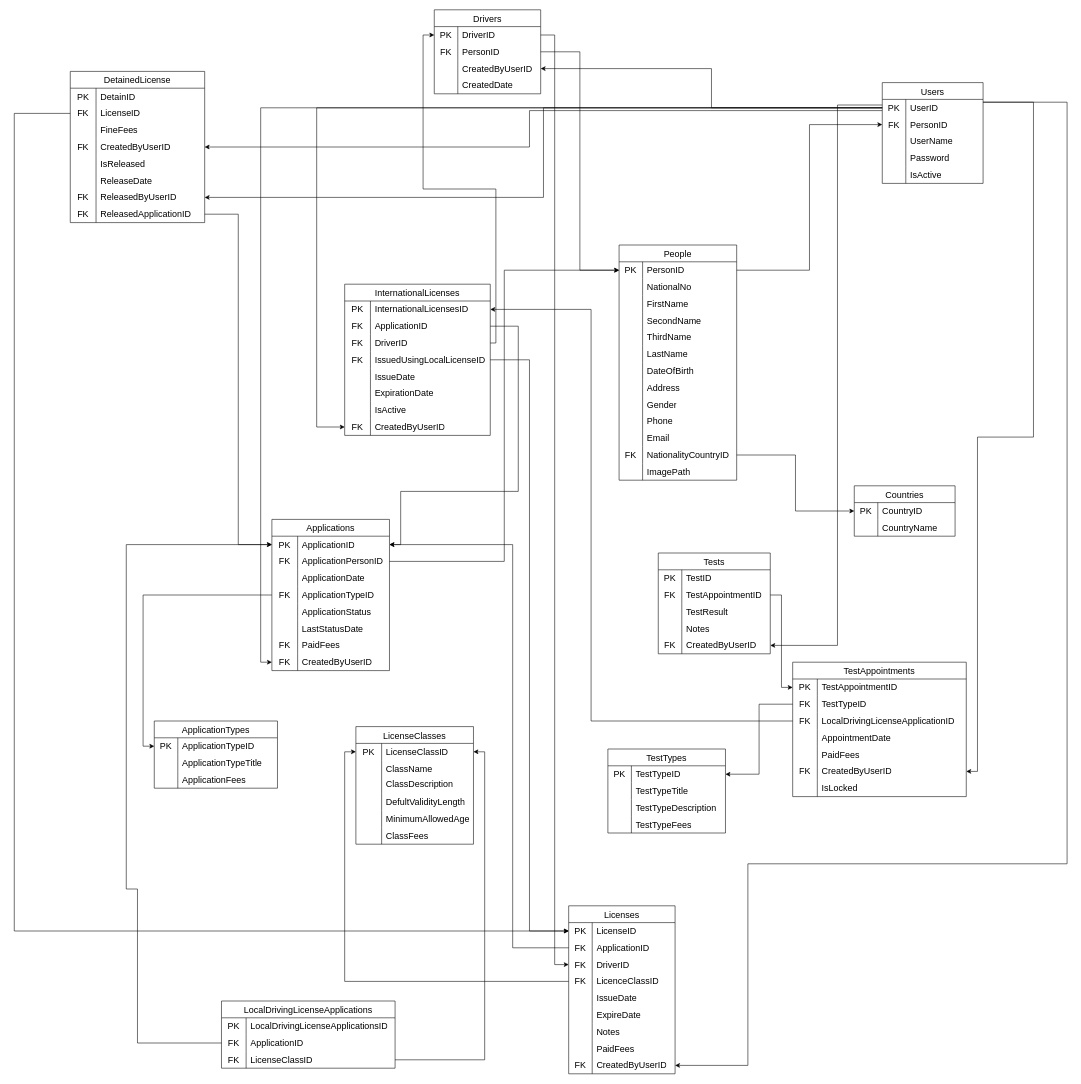
Before: Untitled Diagram.drawio in aminjaiuossi/Driving-Vehicle-License-Department, a draw.io diagram. Source tidied: cells renumbered, new cells numbered last; positions are measured from the earlier drawing's top-left corner, leaving out a move shared by most shapes. Both pictures are drawn from the tidied source at 56%, with x=0, y=0 at pixel (14, 10).
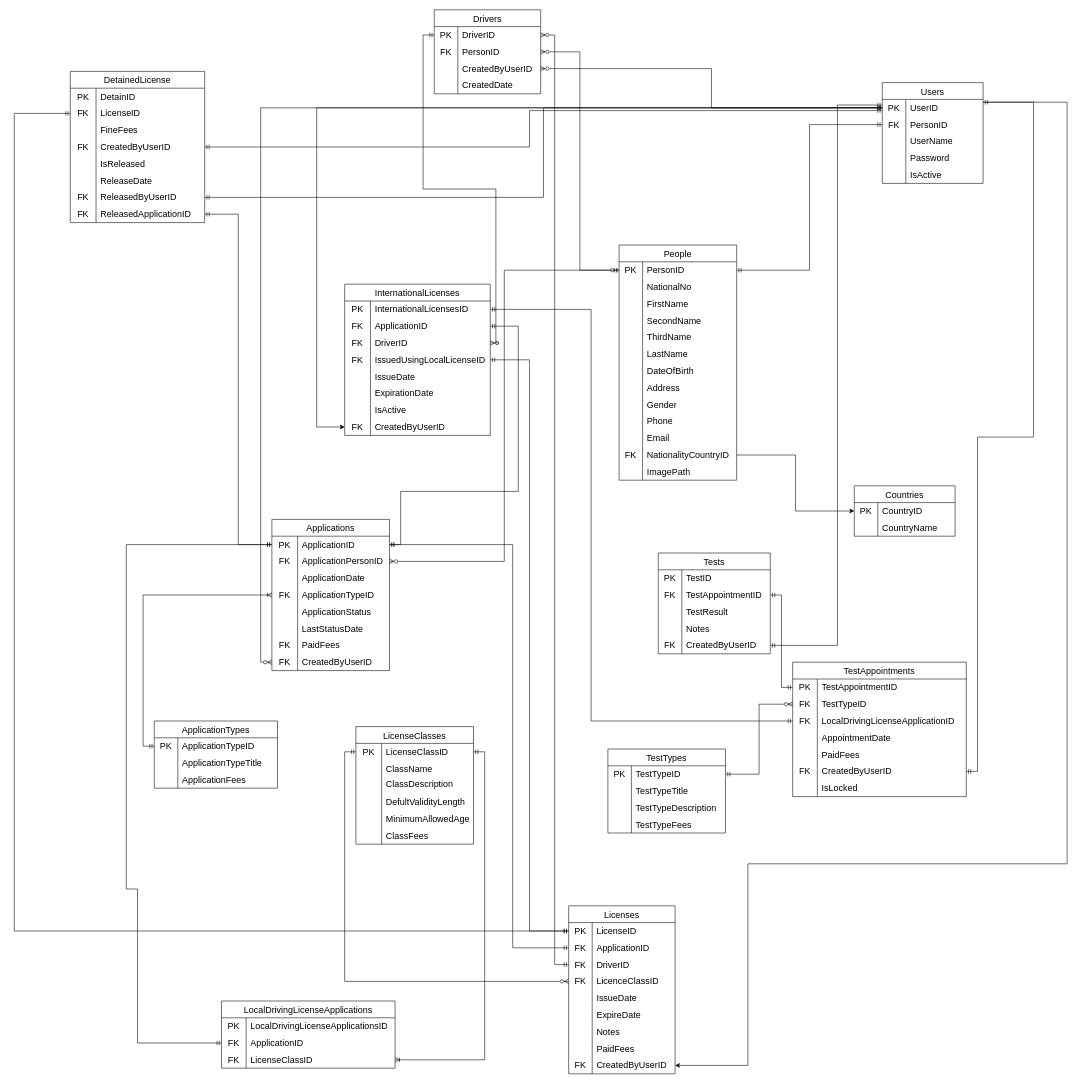
The same diagram, later.

The change refers to these unchanged cells:
```xml
<mxCell id="6" style="shape=tableRow;horizontal=0;startSize=0;swimlaneHead=0;swimlaneBody=0;top=0;left=0;bottom=0;right=0;fillColor=none;points=[[0,0.5],[1,0.5]];portConstraint=eastwest;strokeColor=inherit;fontSize=16;" parent="2" vertex="1">
<mxCell id="9" style="shape=tableRow;horizontal=0;startSize=0;swimlaneHead=0;swimlaneBody=0;top=0;left=0;bottom=0;right=0;fillColor=none;points=[[0,0.5],[1,0.5]];portConstraint=eastwest;strokeColor=inherit;fontSize=16;" parent="2" vertex="1">
<mxCell id="13" style="shape=tableRow;horizontal=0;startSize=0;swimlaneHead=0;swimlaneBody=0;top=0;left=0;bottom=0;right=0;fillColor=none;points=[[0,0.5],[1,0.5]];portConstraint=eastwest;strokeColor=inherit;fontSize=16;" parent="12" vertex="1">
<mxCell id="53" style="shape=tableRow;horizontal=0;startSize=0;swimlaneHead=0;swimlaneBody=0;top=0;left=0;bottom=0;right=0;fillColor=none;points=[[0,0.5],[1,0.5]];portConstraint=eastwest;strokeColor=inherit;fontSize=16;" parent="52" vertex="1">
<mxCell id="75" style="shape=tableRow;horizontal=0;startSize=0;swimlaneHead=0;swimlaneBody=0;top=0;left=0;bottom=0;right=0;fillColor=none;points=[[0,0.5],[1,0.5]];portConstraint=eastwest;strokeColor=inherit;fontSize=16;" parent="71" vertex="1">
<mxCell id="84" style="shape=tableRow;horizontal=0;startSize=0;swimlaneHead=0;swimlaneBody=0;top=0;left=0;bottom=0;right=0;fillColor=none;points=[[0,0.5],[1,0.5]];portConstraint=eastwest;strokeColor=inherit;fontSize=16;" parent="71" vertex="1">
<mxCell id="88" style="shape=tableRow;horizontal=0;startSize=0;swimlaneHead=0;swimlaneBody=0;top=0;left=0;bottom=0;right=0;fillColor=none;points=[[0,0.5],[1,0.5]];portConstraint=eastwest;strokeColor=inherit;fontSize=16;" parent="87" vertex="1">
<mxCell id="91" style="shape=tableRow;horizontal=0;startSize=0;swimlaneHead=0;swimlaneBody=0;top=0;left=0;bottom=0;right=0;fillColor=none;points=[[0,0.5],[1,0.5]];portConstraint=eastwest;strokeColor=inherit;fontSize=16;" parent="87" vertex="1">
<mxCell id="94" style="shape=tableRow;horizontal=0;startSize=0;swimlaneHead=0;swimlaneBody=0;top=0;left=0;bottom=0;right=0;fillColor=none;points=[[0,0.5],[1,0.5]];portConstraint=eastwest;strokeColor=inherit;fontSize=16;" parent="87" vertex="1">
<mxCell id="97" style="shape=tableRow;horizontal=0;startSize=0;swimlaneHead=0;swimlaneBody=0;top=0;left=0;bottom=0;right=0;fillColor=none;points=[[0,0.5],[1,0.5]];portConstraint=eastwest;strokeColor=inherit;fontSize=16;" parent="87" vertex="1">
<mxCell id="116" style="shape=tableRow;horizontal=0;startSize=0;swimlaneHead=0;swimlaneBody=0;top=0;left=0;bottom=0;right=0;fillColor=none;points=[[0,0.5],[1,0.5]];portConstraint=eastwest;strokeColor=inherit;fontSize=16;" parent="115" vertex="1">
<mxCell id="129" style="shape=tableRow;horizontal=0;startSize=0;swimlaneHead=0;swimlaneBody=0;top=0;left=0;bottom=0;right=0;fillColor=none;points=[[0,0.5],[1,0.5]];portConstraint=eastwest;strokeColor=inherit;fontSize=16;" parent="128" vertex="1">
<mxCell id="132" style="shape=tableRow;horizontal=0;startSize=0;swimlaneHead=0;swimlaneBody=0;top=0;left=0;bottom=0;right=0;fillColor=none;points=[[0,0.5],[1,0.5]];portConstraint=eastwest;strokeColor=inherit;fontSize=16;" parent="128" vertex="1">
<mxCell id="152" style="shape=tableRow;horizontal=0;startSize=0;swimlaneHead=0;swimlaneBody=0;top=0;left=0;bottom=0;right=0;fillColor=none;points=[[0,0.5],[1,0.5]];portConstraint=eastwest;strokeColor=inherit;fontSize=16;" parent="151" vertex="1">
<mxCell id="155" style="shape=tableRow;horizontal=0;startSize=0;swimlaneHead=0;swimlaneBody=0;top=0;left=0;bottom=0;right=0;fillColor=none;points=[[0,0.5],[1,0.5]];portConstraint=eastwest;strokeColor=inherit;fontSize=16;" parent="151" vertex="1">
<mxCell id="158" style="shape=tableRow;horizontal=0;startSize=0;swimlaneHead=0;swimlaneBody=0;top=0;left=0;bottom=0;right=0;fillColor=none;points=[[0,0.5],[1,0.5]];portConstraint=eastwest;strokeColor=inherit;fontSize=16;" parent="151" vertex="1">
<mxCell id="167" style="shape=tableRow;horizontal=0;startSize=0;swimlaneHead=0;swimlaneBody=0;top=0;left=0;bottom=0;right=0;fillColor=none;points=[[0,0.5],[1,0.5]];portConstraint=eastwest;strokeColor=inherit;fontSize=16;" parent="151" vertex="1">
<mxCell id="174" style="shape=tableRow;horizontal=0;startSize=0;swimlaneHead=0;swimlaneBody=0;top=0;left=0;bottom=0;right=0;fillColor=none;points=[[0,0.5],[1,0.5]];portConstraint=eastwest;strokeColor=inherit;fontSize=16;" parent="173" vertex="1">
<mxCell id="177" style="shape=tableRow;horizontal=0;startSize=0;swimlaneHead=0;swimlaneBody=0;top=0;left=0;bottom=0;right=0;fillColor=none;points=[[0,0.5],[1,0.5]];portConstraint=eastwest;strokeColor=inherit;fontSize=16;" parent="173" vertex="1">
<mxCell id="180" style="shape=tableRow;horizontal=0;startSize=0;swimlaneHead=0;swimlaneBody=0;top=0;left=0;bottom=0;right=0;fillColor=none;points=[[0,0.5],[1,0.5]];portConstraint=eastwest;strokeColor=inherit;fontSize=16;" parent="173" vertex="1">
<mxCell id="187" style="shape=tableRow;horizontal=0;startSize=0;swimlaneHead=0;swimlaneBody=0;top=0;left=0;bottom=0;right=0;fillColor=none;points=[[0,0.5],[1,0.5]];portConstraint=eastwest;strokeColor=inherit;fontSize=16;" parent="186" vertex="1">
<mxCell id="190" style="shape=tableRow;horizontal=0;startSize=0;swimlaneHead=0;swimlaneBody=0;top=0;left=0;bottom=0;right=0;fillColor=none;points=[[0,0.5],[1,0.5]];portConstraint=eastwest;strokeColor=inherit;fontSize=16;" parent="186" vertex="1">
<mxCell id="193" style="shape=tableRow;horizontal=0;startSize=0;swimlaneHead=0;swimlaneBody=0;top=0;left=0;bottom=0;right=0;fillColor=none;points=[[0,0.5],[1,0.5]];portConstraint=eastwest;strokeColor=inherit;fontSize=16;" parent="186" vertex="1">
<mxCell id="196" style="shape=tableRow;horizontal=0;startSize=0;swimlaneHead=0;swimlaneBody=0;top=0;left=0;bottom=0;right=0;fillColor=none;points=[[0,0.5],[1,0.5]];portConstraint=eastwest;strokeColor=inherit;fontSize=16;" parent="186" vertex="1">
<mxCell id="212" style="shape=tableRow;horizontal=0;startSize=0;swimlaneHead=0;swimlaneBody=0;top=0;left=0;bottom=0;right=0;fillColor=none;points=[[0,0.5],[1,0.5]];portConstraint=eastwest;strokeColor=inherit;fontSize=16;" parent="211" vertex="1">
<mxCell id="215" style="shape=tableRow;horizontal=0;startSize=0;swimlaneHead=0;swimlaneBody=0;top=0;left=0;bottom=0;right=0;fillColor=none;points=[[0,0.5],[1,0.5]];portConstraint=eastwest;strokeColor=inherit;fontSize=16;" parent="211" vertex="1">
<mxCell id="221" style="shape=tableRow;horizontal=0;startSize=0;swimlaneHead=0;swimlaneBody=0;top=0;left=0;bottom=0;right=0;fillColor=none;points=[[0,0.5],[1,0.5]];portConstraint=eastwest;strokeColor=inherit;fontSize=16;" parent="211" vertex="1">
<mxCell id="233" style="shape=tableRow;horizontal=0;startSize=0;swimlaneHead=0;swimlaneBody=0;top=0;left=0;bottom=0;right=0;fillColor=none;points=[[0,0.5],[1,0.5]];portConstraint=eastwest;strokeColor=inherit;fontSize=16;" parent="211" vertex="1">
<mxCell id="237" style="shape=tableRow;horizontal=0;startSize=0;swimlaneHead=0;swimlaneBody=0;top=0;left=0;bottom=0;right=0;fillColor=none;points=[[0,0.5],[1,0.5]];portConstraint=eastwest;strokeColor=inherit;fontSize=16;" parent="236" vertex="1">
<mxCell id="250" style="shape=tableRow;horizontal=0;startSize=0;swimlaneHead=0;swimlaneBody=0;top=0;left=0;bottom=0;right=0;fillColor=none;points=[[0,0.5],[1,0.5]];portConstraint=eastwest;strokeColor=inherit;fontSize=16;" parent="246" vertex="1">
<mxCell id="256" style="shape=tableRow;horizontal=0;startSize=0;swimlaneHead=0;swimlaneBody=0;top=0;left=0;bottom=0;right=0;fillColor=none;points=[[0,0.5],[1,0.5]];portConstraint=eastwest;strokeColor=inherit;fontSize=16;" parent="246" vertex="1">
<mxCell id="265" style="shape=tableRow;horizontal=0;startSize=0;swimlaneHead=0;swimlaneBody=0;top=0;left=0;bottom=0;right=0;fillColor=none;points=[[0,0.5],[1,0.5]];portConstraint=eastwest;strokeColor=inherit;fontSize=16;" parent="246" vertex="1">
<mxCell id="268" style="shape=tableRow;horizontal=0;startSize=0;swimlaneHead=0;swimlaneBody=0;top=0;left=0;bottom=0;right=0;fillColor=none;points=[[0,0.5],[1,0.5]];portConstraint=eastwest;strokeColor=inherit;fontSize=16;" parent="246" vertex="1">
```

What changed in the source:
```diff
@@
-    <mxCell id="271" style="edgeStyle=orthogonalEdgeStyle;rounded=0;jettySize=auto;html=1;" parent="1" edge="1" source="13" target="132">
+    <mxCell id="271" style="edgeStyle=orthogonalEdgeStyle;rounded=0;jettySize=auto;html=1;startArrow=ERmandOne;startFill=0;endArrow=ERmandOne;endFill=0;" parent="1" edge="1" source="13" target="132">
       <mxGeometry relative="1" as="geometry" />
     </mxCell>
-    <mxCell id="272" style="edgeStyle=orthogonalEdgeStyle;rounded=0;jettySize=auto;html=1;entryX=1;entryY=0.5;entryDx=0;entryDy=0;" parent="1" edge="1" source="129" target="256">
+    <mxCell id="272" style="edgeStyle=orthogonalEdgeStyle;rounded=0;jettySize=auto;html=1;entryX=1;entryY=0.5;entryDx=0;entryDy=0;startArrow=ERmandOne;startFill=0;endArrow=ERmandOne;endFill=0;" parent="1" edge="1" source="129" target="256">
       <mxGeometry relative="1" as="geometry">
         <Array as="points">
           <mxPoint x="920" y="180" />
           <mxPoint x="920" y="245" />
         </Array>
       </mxGeometry>
     </mxCell>
-    <mxCell id="273" style="edgeStyle=orthogonalEdgeStyle;rounded=0;jettySize=auto;html=1;entryX=1;entryY=0.5;entryDx=0;entryDy=0;" parent="1" edge="1" source="129" target="84">
+    <mxCell id="273" style="edgeStyle=orthogonalEdgeStyle;rounded=0;jettySize=auto;html=1;entryX=1;entryY=0.5;entryDx=0;entryDy=0;startArrow=ERmandOne;startFill=0;endArrow=ERmandOne;endFill=0;" parent="1" edge="1" source="129" target="84">
       <mxGeometry relative="1" as="geometry">
         <Array as="points">
           <mxPoint x="1470" y="170" />
           <mxPoint x="1470" y="1135" />
         </Array>
       </mxGeometry>
     </mxCell>
-    <mxCell id="274" style="edgeStyle=orthogonalEdgeStyle;rounded=0;jettySize=auto;html=1;entryX=1;entryY=0.5;entryDx=0;entryDy=0;" parent="1" edge="1" source="129" target="167">
+    <mxCell id="274" style="edgeStyle=orthogonalEdgeStyle;rounded=0;jettySize=auto;html=1;entryX=1;entryY=0.5;entryDx=0;entryDy=0;startArrow=ERmandOne;startFill=0;endArrow=ERmandOne;endFill=0;" parent="1" edge="1" source="129" target="167">
       <mxGeometry relative="1" as="geometry">
         <Array as="points">
           <mxPoint x="1820" y="165" />
           <mxPoint x="1820" y="763" />
           <mxPoint x="1720" y="763" />
           <mxPoint x="1720" y="1360" />
         </Array>
       </mxGeometry>
     </mxCell>
@@
-    <mxCell id="276" style="edgeStyle=orthogonalEdgeStyle;rounded=0;jettySize=auto;html=1;entryX=0;entryY=0.5;entryDx=0;entryDy=0;" parent="1" edge="1" source="129" target="233">
+    <mxCell id="276" style="edgeStyle=orthogonalEdgeStyle;rounded=0;jettySize=auto;html=1;entryX=0;entryY=0.5;entryDx=0;entryDy=0;startArrow=ERmandOne;startFill=0;endArrow=ERzeroToMany;endFill=0;" parent="1" edge="1" source="129" target="233">
       <mxGeometry relative="1" as="geometry">
         <Array as="points">
           <mxPoint x="440" y="175" />
           <mxPoint x="440" y="1165" />
         </Array>
       </mxGeometry>
     </mxCell>
@@
-    <mxCell id="278" style="edgeStyle=orthogonalEdgeStyle;rounded=0;jettySize=auto;html=1;entryX=1;entryY=0.5;entryDx=0;entryDy=0;" parent="1" edge="1" source="129" target="180">
+    <mxCell id="278" style="edgeStyle=orthogonalEdgeStyle;rounded=0;jettySize=auto;html=1;entryX=1;entryY=0.5;entryDx=0;entryDy=0;startArrow=ERmandOne;startFill=0;endArrow=ERzeroToMany;endFill=0;" parent="1" edge="1" source="129" target="180">
       <mxGeometry relative="1" as="geometry" />
     </mxCell>
-    <mxCell id="279" style="edgeStyle=orthogonalEdgeStyle;rounded=0;jettySize=auto;html=1;entryX=1;entryY=0.5;entryDx=0;entryDy=0;" parent="1" edge="1" source="129" target="265">
+    <mxCell id="279" style="edgeStyle=orthogonalEdgeStyle;rounded=0;jettySize=auto;html=1;entryX=1;entryY=0.5;entryDx=0;entryDy=0;startArrow=ERmandOne;startFill=0;endArrow=ERmandOne;endFill=0;" parent="1" edge="1" source="129" target="265">
       <mxGeometry relative="1" as="geometry" />
     </mxCell>
-    <mxCell id="280" style="edgeStyle=orthogonalEdgeStyle;rounded=0;jettySize=auto;html=1;entryX=0;entryY=0.5;entryDx=0;entryDy=0;" parent="1" edge="1" source="221" target="237">
+    <mxCell id="280" style="edgeStyle=orthogonalEdgeStyle;rounded=0;jettySize=auto;html=1;entryX=0;entryY=0.5;entryDx=0;entryDy=0;startArrow=ERoneToMany;startFill=0;endArrow=ERmandOne;endFill=0;" parent="1" edge="1" source="221" target="237">
       <mxGeometry relative="1" as="geometry" />
     </mxCell>
-    <mxCell id="281" style="edgeStyle=orthogonalEdgeStyle;rounded=0;jettySize=auto;html=1;entryX=0;entryY=0.5;entryDx=0;entryDy=0;" parent="1" edge="1" source="177" target="13">
+    <mxCell id="281" style="edgeStyle=orthogonalEdgeStyle;rounded=0;jettySize=auto;html=1;entryX=0;entryY=0.5;entryDx=0;entryDy=0;startArrow=ERzeroToMany;startFill=0;endArrow=ERmandOne;endFill=0;" parent="1" edge="1" source="177" target="13">
       <mxGeometry relative="1" as="geometry" />
     </mxCell>
-    <mxCell id="282" style="edgeStyle=orthogonalEdgeStyle;rounded=0;jettySize=auto;html=1;entryX=0;entryY=0.5;entryDx=0;entryDy=0;" parent="1" edge="1" source="215" target="13">
+    <mxCell id="282" style="edgeStyle=orthogonalEdgeStyle;rounded=0;jettySize=auto;html=1;entryX=0;entryY=0.5;entryDx=0;entryDy=0;startArrow=ERzeroToMany;startFill=0;endArrow=ERzeroToOne;endFill=0;" parent="1" edge="1" source="215" target="13">
       <mxGeometry relative="1" as="geometry" />
     </mxCell>
@@
-    <mxCell id="284" style="edgeStyle=orthogonalEdgeStyle;rounded=0;jettySize=auto;html=1;entryX=0;entryY=0.5;entryDx=0;entryDy=0;" parent="1" edge="1" source="268" target="212">
+    <mxCell id="284" style="edgeStyle=orthogonalEdgeStyle;rounded=0;jettySize=auto;html=1;entryX=0;entryY=0.5;entryDx=0;entryDy=0;startArrow=ERmandOne;startFill=0;endArrow=ERmandOne;endFill=0;" parent="1" edge="1" source="268" target="212">
       <mxGeometry relative="1" as="geometry" />
     </mxCell>
-    <mxCell id="285" style="edgeStyle=orthogonalEdgeStyle;rounded=0;jettySize=auto;html=1;entryX=0;entryY=0.5;entryDx=0;entryDy=0;" parent="1" edge="1" source="250" target="88">
+    <mxCell id="285" style="edgeStyle=orthogonalEdgeStyle;rounded=0;jettySize=auto;html=1;entryX=0;entryY=0.5;entryDx=0;entryDy=0;startArrow=ERmandOne;startFill=0;endArrow=ERmandOne;endFill=0;" parent="1" edge="1" source="250" target="88">
       <mxGeometry relative="1" as="geometry">
         <Array as="points">
           <mxPoint y="185" />
           <mxPoint y="1645" />
         </Array>
       </mxGeometry>
     </mxCell>
-    <mxCell id="286" style="edgeStyle=orthogonalEdgeStyle;rounded=0;jettySize=auto;html=1;entryX=0;entryY=0.5;entryDx=0;entryDy=0;" parent="1" edge="1" source="97" target="53">
+    <mxCell id="286" style="edgeStyle=orthogonalEdgeStyle;rounded=0;jettySize=auto;html=1;entryX=0;entryY=0.5;entryDx=0;entryDy=0;startArrow=ERzeroToMany;startFill=0;endArrow=ERmandOne;endFill=0;" parent="1" edge="1" source="97" target="53">
       <mxGeometry relative="1" as="geometry" />
     </mxCell>
-    <mxCell id="287" style="edgeStyle=orthogonalEdgeStyle;rounded=0;jettySize=auto;html=1;entryX=1;entryY=0.5;entryDx=0;entryDy=0;" parent="1" edge="1" source="91" target="212">
+    <mxCell id="287" style="edgeStyle=orthogonalEdgeStyle;rounded=0;jettySize=auto;html=1;entryX=1;entryY=0.5;entryDx=0;entryDy=0;startArrow=ERmandOne;startFill=0;endArrow=ERmandOne;endFill=0;" parent="1" edge="1" source="91" target="212">
       <mxGeometry relative="1" as="geometry">
         <Array as="points">
           <mxPoint x="890" y="1675" />
           <mxPoint x="890" y="955" />
         </Array>
       </mxGeometry>
     </mxCell>
-    <mxCell id="288" style="edgeStyle=orthogonalEdgeStyle;rounded=0;jettySize=auto;html=1;entryX=0;entryY=0.5;entryDx=0;entryDy=0;" parent="1" edge="1" source="174" target="94">
+    <mxCell id="288" style="edgeStyle=orthogonalEdgeStyle;rounded=0;jettySize=auto;html=1;entryX=0;entryY=0.5;entryDx=0;entryDy=0;startArrow=ERzeroToMany;startFill=0;endArrow=ERmandOne;endFill=0;" parent="1" edge="1" source="174" target="94">
       <mxGeometry relative="1" as="geometry" />
     </mxCell>
-    <mxCell id="289" style="edgeStyle=orthogonalEdgeStyle;rounded=0;jettySize=auto;html=1;entryX=1;entryY=0.5;entryDx=0;entryDy=0;" parent="1" edge="1" source="155" target="116">
+    <mxCell id="289" style="edgeStyle=orthogonalEdgeStyle;rounded=0;jettySize=auto;html=1;entryX=1;entryY=0.5;entryDx=0;entryDy=0;startArrow=ERzeroToMany;startFill=0;endArrow=ERmandOne;endFill=0;" parent="1" edge="1" source="155" target="116">
       <mxGeometry relative="1" as="geometry" />
     </mxCell>
-    <mxCell id="290" style="edgeStyle=orthogonalEdgeStyle;rounded=0;jettySize=auto;html=1;entryX=1;entryY=0.5;entryDx=0;entryDy=0;" parent="1" edge="1" source="158" target="187">
+    <mxCell id="290" style="edgeStyle=orthogonalEdgeStyle;rounded=0;jettySize=auto;html=1;entryX=1;entryY=0.5;entryDx=0;entryDy=0;startArrow=ERmandOne;startFill=0;endArrow=ERmandOne;endFill=0;" parent="1" edge="1" source="158" target="187">
       <mxGeometry relative="1" as="geometry">
         <Array as="points">
           <mxPoint x="1030" y="1270" />
           <mxPoint x="1030" y="535" />
         </Array>
       </mxGeometry>
     </mxCell>
-    <mxCell id="291" style="edgeStyle=orthogonalEdgeStyle;rounded=0;jettySize=auto;html=1;entryX=0;entryY=0.5;entryDx=0;entryDy=0;" parent="1" edge="1" source="75" target="152">
+    <mxCell id="291" style="edgeStyle=orthogonalEdgeStyle;rounded=0;jettySize=auto;html=1;entryX=0;entryY=0.5;entryDx=0;entryDy=0;startArrow=ERmandOne;startFill=0;endArrow=ERmandOne;endFill=0;" parent="1" edge="1" source="75" target="152">
       <mxGeometry relative="1" as="geometry" />
     </mxCell>
-    <mxCell id="292" style="edgeStyle=orthogonalEdgeStyle;rounded=0;jettySize=auto;html=1;entryX=1;entryY=0.5;entryDx=0;entryDy=0;" parent="1" edge="1" source="190" target="212">
+    <mxCell id="292" style="edgeStyle=orthogonalEdgeStyle;rounded=0;jettySize=auto;html=1;entryX=1;entryY=0.5;entryDx=0;entryDy=0;startArrow=ERmandOne;startFill=0;endArrow=ERmandOne;endFill=0;" parent="1" edge="1" source="190" target="212">
       <mxGeometry relative="1" as="geometry">
         <Array as="points">
           <mxPoint x="900" y="565" />
           <mxPoint x="900" y="860" />
           <mxPoint x="690" y="860" />
           <mxPoint x="690" y="955" />
         </Array>
       </mxGeometry>
     </mxCell>
-    <mxCell id="293" style="edgeStyle=orthogonalEdgeStyle;rounded=0;jettySize=auto;html=1;entryX=0;entryY=0.5;entryDx=0;entryDy=0;" parent="1" edge="1" source="193" target="174">
+    <mxCell id="293" style="edgeStyle=orthogonalEdgeStyle;rounded=0;jettySize=auto;html=1;entryX=0;entryY=0.5;entryDx=0;entryDy=0;startArrow=ERzeroToMany;startFill=0;endArrow=ERmandOne;endFill=0;" parent="1" edge="1" source="193" target="174">
       <mxGeometry relative="1" as="geometry">
         <Array as="points">
           <mxPoint x="860" y="595" />
           <mxPoint x="860" y="320" />
           <mxPoint x="730" y="320" />
           <mxPoint x="730" y="45" />
         </Array>
       </mxGeometry>
     </mxCell>
-    <mxCell id="294" style="edgeStyle=orthogonalEdgeStyle;rounded=0;jettySize=auto;html=1;entryX=0;entryY=0.5;entryDx=0;entryDy=0;" parent="1" edge="1" source="196" target="88">
+    <mxCell id="294" style="edgeStyle=orthogonalEdgeStyle;rounded=0;jettySize=auto;html=1;entryX=0;entryY=0.5;entryDx=0;entryDy=0;endArrow=ERmandOne;endFill=0;startArrow=ERmandOne;startFill=0;" parent="1" edge="1" source="196" target="88">
       <mxGeometry relative="1" as="geometry" />
     </mxCell>
-    <mxCell id="295" style="edgeStyle=orthogonalEdgeStyle;rounded=0;jettySize=auto;html=1;entryX=0;entryY=0.5;entryDx=0;entryDy=0;" parent="1" edge="1" source="6" target="212">
+    <mxCell id="295" style="edgeStyle=orthogonalEdgeStyle;rounded=0;jettySize=auto;html=1;entryX=0;entryY=0.5;entryDx=0;entryDy=0;startArrow=ERmandOne;startFill=0;endArrow=ERmandOne;endFill=0;" parent="1" edge="1" source="6" target="212">
       <mxGeometry relative="1" as="geometry">
         <Array as="points">
           <mxPoint x="220" y="1845" />
           <mxPoint x="220" y="1570" />
           <mxPoint x="200" y="1570" />
           <mxPoint x="200" y="955" />
         </Array>
       </mxGeometry>
     </mxCell>
-    <mxCell id="296" style="edgeStyle=orthogonalEdgeStyle;rounded=0;jettySize=auto;html=1;entryX=1;entryY=0.5;entryDx=0;entryDy=0;" parent="1" edge="1" source="9" target="53">
+    <mxCell id="296" style="edgeStyle=orthogonalEdgeStyle;rounded=0;jettySize=auto;html=1;entryX=1;entryY=0.5;entryDx=0;entryDy=0;endArrow=ERmandOne;endFill=0;startArrow=ERoneToMany;startFill=0;" parent="1" edge="1" source="9" target="53">
       <mxGeometry relative="1" as="geometry" />
     </mxCell>
```
